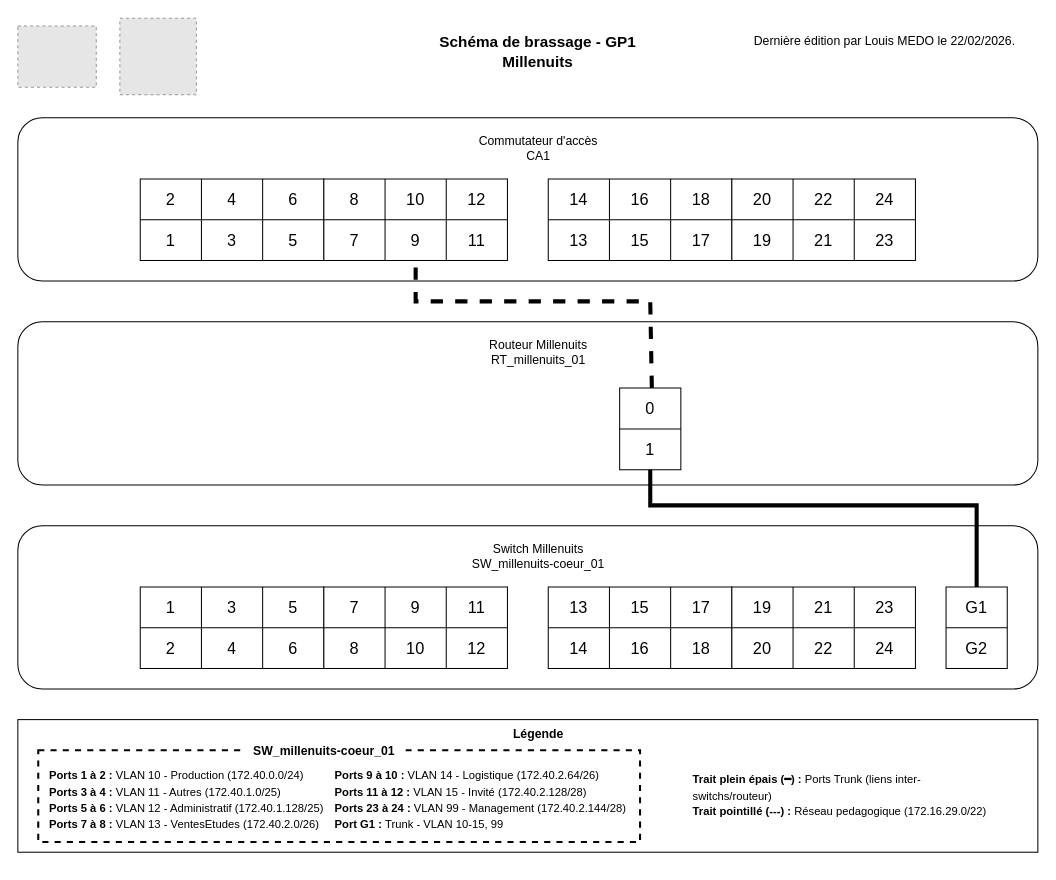
The draw.io diagram page "Sans couleurs" (1 of 2) of ressources/Schéma de brassage - Millenuits GP1.drawio in AP-BTS-SIO-Louis/millenuits, before the edit. Source tidied: cells renumbered, new cells numbered last; positions are measured from the earlier drawing's top-left corner, leaving out a move shared by most shapes. Both pictures are drawn from the tidied source at 102%, with x=0, y=0 at pixel (17, 17). Pictures stored in the file or linked from it are replaced by grey dashed boxes.
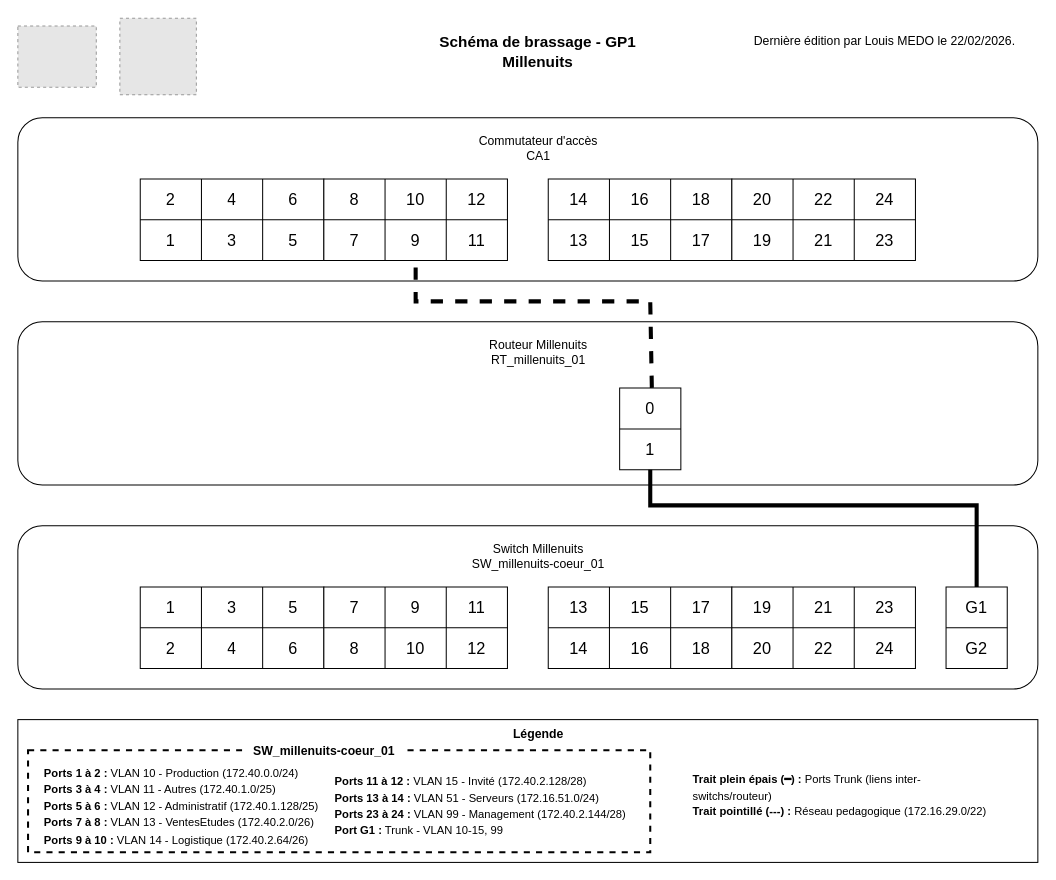
After the change.

Commit message (it also covers changes not shown here):
schema-brassage: ajout du vlan 51

Change to the diagram source:
```diff
@@
     <mxCell id="2" style="rounded=0;whiteSpace=wrap;html=1;" parent="1" vertex="1">
-      <mxGeometry y="688" width="1000" height="130" as="geometry" />
+      <mxGeometry y="688" width="1000" height="140" as="geometry" />
     </mxCell>
     <mxCell id="3" style="rounded=0;whiteSpace=wrap;html=1;dashed=1;strokeWidth=2;" parent="1" vertex="1">
-      <mxGeometry x="20" y="718" width="590" height="90" as="geometry" />
+      <mxGeometry x="10" y="718" width="610" height="100" as="geometry" />
     </mxCell>
@@
-    <mxCell id="94" value="&lt;p style=&quot;line-height: 140%;&quot;&gt;&lt;/p&gt;&lt;div align=&quot;left&quot; style=&quot;font-size: 11px; line-height: 150%;&quot;&gt;&lt;b style=&quot;font-size: 11px;&quot;&gt;Ports 1 à 2&amp;nbsp;:&lt;/b&gt; VLAN 10 - Production (172.40.0.0/24)&lt;br style=&quot;font-size: 11px;&quot;&gt;&lt;div style=&quot;font-size: 11px; line-height: 140%;&quot;&gt;&lt;b style=&quot;font-size: 11px;&quot;&gt;Ports 3 à 4 :&lt;/b&gt; VLAN 11 - Autres (172.40.1.0/25)&lt;/div&gt;&lt;div style=&quot;font-size: 11px; line-height: 150%;&quot;&gt;&lt;b style=&quot;font-size: 11px;&quot;&gt;Ports 5 à 6 :&lt;/b&gt; VLAN 12 - Administratif (172.40.1.128/25)&lt;/div&gt;&lt;div style=&quot;font-size: 11px; line-height: 150%;&quot;&gt;&lt;b&gt;Ports 7 à 8 :&lt;/b&gt; VLAN 13 - VentesEtudes (172.40.2.0/26)&lt;/div&gt;&lt;/div&gt;&lt;p&gt;&lt;/p&gt;" style="text;html=1;strokeColor=none;fillColor=none;align=left;verticalAlign=middle;whiteSpace=wrap;rounded=0;fontSize=11;" parent="1" vertex="1">
-      <mxGeometry x="28.5" y="728" width="273.1" height="77.5" as="geometry" />
+    <mxCell id="94" value="&lt;p style=&quot;line-height: 140%;&quot;&gt;&lt;/p&gt;&lt;div align=&quot;left&quot; style=&quot;font-size: 11px; line-height: 150%;&quot;&gt;&lt;b style=&quot;font-size: 11px;&quot;&gt;Ports 1 à 2&amp;nbsp;:&lt;/b&gt; VLAN 10 - Production (172.40.0.0/24)&lt;br style=&quot;font-size: 11px;&quot;&gt;&lt;div style=&quot;font-size: 11px; line-height: 140%;&quot;&gt;&lt;b style=&quot;font-size: 11px;&quot;&gt;Ports 3 à 4 :&lt;/b&gt; VLAN 11 - Autres (172.40.1.0/25)&lt;/div&gt;&lt;div style=&quot;font-size: 11px; line-height: 150%;&quot;&gt;&lt;b style=&quot;font-size: 11px;&quot;&gt;Ports 5 à 6 :&lt;/b&gt; VLAN 12 - Administratif (172.40.1.128/25)&lt;/div&gt;&lt;div style=&quot;font-size: 11px; line-height: 150%;&quot;&gt;&lt;b&gt;Ports 7 à 8 :&lt;/b&gt; VLAN 13 - VentesEtudes (172.40.2.0/26)&lt;/div&gt;&lt;div style=&quot;font-size: 11px; line-height: 150%;&quot;&gt;&lt;b&gt;Ports 9 à 10 :&lt;/b&gt; VLAN 14 - Logistique (172.40.2.64/26)&lt;/div&gt;&lt;/div&gt;&lt;p&gt;&lt;/p&gt;" style="text;html=1;strokeColor=none;fillColor=none;align=left;verticalAlign=middle;whiteSpace=wrap;rounded=0;fontSize=11;" parent="1" vertex="1">
+      <mxGeometry x="24.2" y="734.2" width="273.1" height="77.5" as="geometry" />
     </mxCell>
-    <mxCell id="95" value="&lt;p style=&quot;line-height: 140%;&quot;&gt;&lt;/p&gt;&lt;div align=&quot;left&quot; style=&quot;font-size: 11px; line-height: 150%;&quot;&gt;&lt;b&gt;Ports 9 à 10 :&lt;/b&gt; VLAN 14 - Logistique (172.40.2.64/26)&lt;div style=&quot;font-size: 11px; line-height: 140%;&quot;&gt;&lt;b&gt;Ports 11 à 12 :&lt;/b&gt; VLAN 15 - Invité (172.40.2.128/28)&lt;/div&gt;&lt;div style=&quot;font-size: 11px; line-height: 150%;&quot;&gt;&lt;b&gt;Ports&lt;/b&gt; &lt;b&gt;23 à 24&amp;nbsp;&lt;/b&gt;&lt;b&gt;:&lt;/b&gt; VLAN 99 - Management (172.40.2.144/28)&lt;/div&gt;&lt;div style=&quot;font-size: 11px; line-height: 150%;&quot;&gt;&lt;b&gt;Port G1 :&lt;/b&gt;&amp;nbsp;Trunk - VLAN 10-15, 99&lt;/div&gt;&lt;/div&gt;&lt;p&gt;&lt;/p&gt;" style="text;html=1;strokeColor=none;fillColor=none;align=left;verticalAlign=middle;whiteSpace=wrap;rounded=0;fontSize=11;" parent="1" vertex="1">
-      <mxGeometry x="308.5" y="734.2" width="291.5" height="65" as="geometry" />
-    </mxCell>
@@
+    <mxCell id="103" value="&lt;p style=&quot;line-height: 140%;&quot;&gt;&lt;/p&gt;&lt;div align=&quot;left&quot; style=&quot;font-size: 11px; line-height: 150%;&quot;&gt;&lt;b style=&quot;font-size: 11px;&quot;&gt;Ports 11 à 12&amp;nbsp;:&lt;/b&gt; VLAN 15 - Invité (172.40.2.128/28)&lt;br style=&quot;font-size: 11px;&quot;&gt;&lt;div style=&quot;font-size: 11px; line-height: 140%;&quot;&gt;&lt;b style=&quot;font-size: 11px;&quot;&gt;Ports 13 à 14 :&lt;/b&gt; VLAN 51 - Serveurs (172.16.51.0/24)&lt;/div&gt;&lt;div style=&quot;font-size: 11px; line-height: 150%;&quot;&gt;&lt;b style=&quot;font-size: 11px;&quot;&gt;Ports 23 à 24 :&lt;/b&gt; VLAN 99 - Management (172.40.2.144/28)&lt;/div&gt;&lt;b&gt;Port G1 :&lt;/b&gt; Trunk - VLAN 10-15, 99&lt;/div&gt;&lt;p&gt;&lt;/p&gt;" style="text;html=1;strokeColor=none;fillColor=none;align=left;verticalAlign=middle;whiteSpace=wrap;rounded=0;fontSize=11;" parent="1" vertex="1">
+      <mxGeometry x="309.2" y="734.2" width="296.5" height="77.5" as="geometry" />
+    </mxCell>
```
